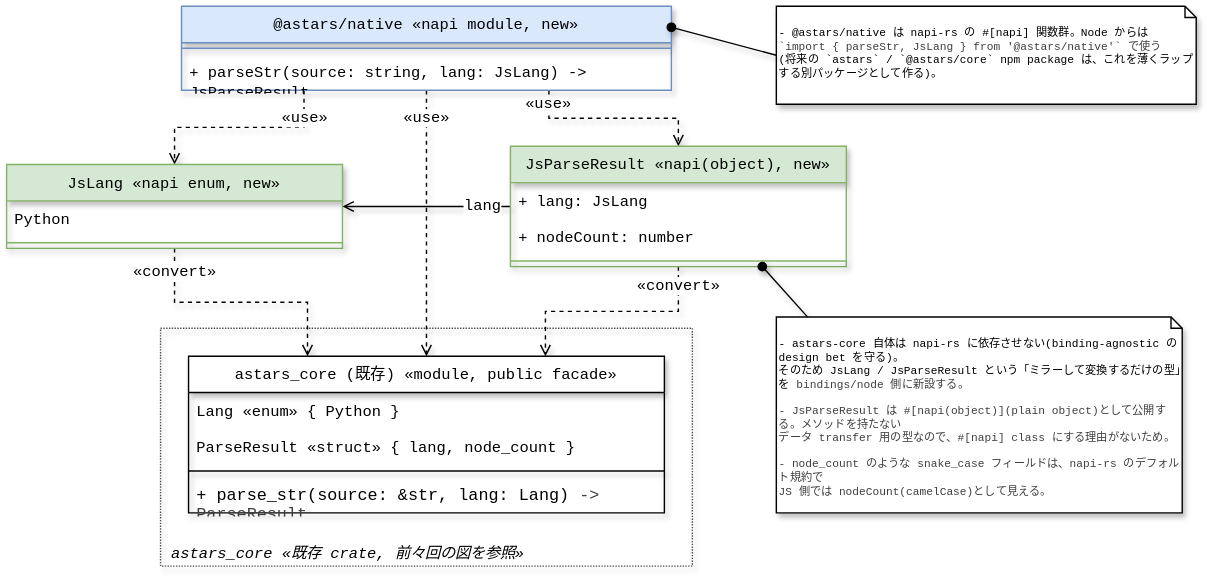
The draw.io diagram docs/architecture/node-binding-spike.drawio.svg in xwasoux/astars, before a commit. Source tidied: cells renumbered, new cells last; positions are measured from the earlier drawing's top-left corner, leaving out a move shared by most shapes.
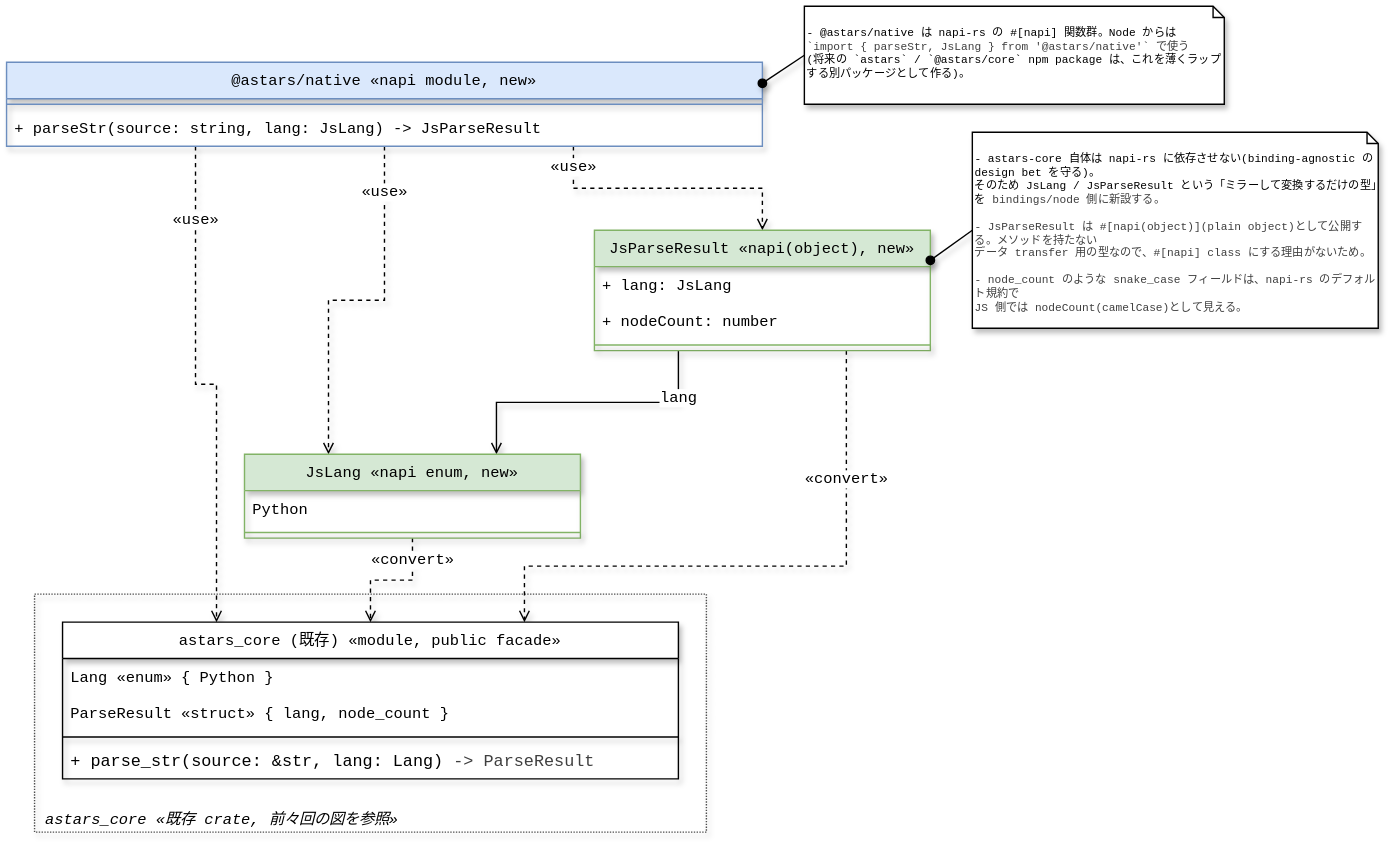
After the commit.

Commit message:
feat: SyntaxTreeをPython/Node bindingに公開し、exampleと編集primitiveの設計を追加

What changed in the source:
```diff
@@ -3,43 +3,48 @@
     <mxCell id="0" />
     <mxCell id="1" parent="0" />
     <mxCell id="2" value="astars_core «既存 crate, 前々回の図を参照»" style="rounded=0;dashed=1;fillColor=none;strokeColor=#4D4D4D;verticalAlign=bottom;fontStyle=2;align=left;spacingLeft=6;fontSize=11;textShadow=0;fontFamily=monospace;dashPattern=1 1;shadow=1;" parent="1" vertex="1">
-      <mxGeometry x="110" y="230" width="380" height="170" as="geometry" />
+      <mxGeometry x="110" y="230" width="480" height="170" as="geometry" />
     </mxCell>
-    <mxCell id="3" value="«use»" style="edgeStyle=orthogonalEdgeStyle;rounded=0;html=1;endArrow=open;endFill=0;dashed=1;textShadow=0;fontFamily=monospace;entryX=0.5;entryY=0;entryDx=0;entryDy=0;exitX=0.25;exitY=1;exitDx=0;exitDy=0;shadow=1;" parent="1" edge="1" source="21" target="14">
-      <mxGeometry x="-0.73" relative="1" as="geometry" />
+    <mxCell id="3" value="«use»" style="edgeStyle=orthogonalEdgeStyle;rounded=0;html=1;endArrow=open;endFill=0;dashed=1;textShadow=0;fontFamily=monospace;entryX=0.25;entryY=0;entryDx=0;entryDy=0;exitX=0.5;exitY=1;exitDx=0;exitDy=0;shadow=1;" parent="1" edge="1" source="21" target="14">
+      <mxGeometry x="-0.75" relative="1" as="geometry" />
     </mxCell>
     <mxCell id="4" value="«use»" style="edgeStyle=orthogonalEdgeStyle;rounded=0;html=1;endArrow=open;endFill=0;dashed=1;textShadow=0;fontFamily=monospace;entryX=0.5;entryY=0;entryDx=0;entryDy=0;exitX=0.75;exitY=1;exitDx=0;exitDy=0;shadow=1;" parent="1" edge="1" source="21" target="17">
       <mxGeometry x="-0.85" relative="1" as="geometry" />
     </mxCell>
-    <mxCell id="5" value="«use»" style="edgeStyle=orthogonalEdgeStyle;rounded=0;html=1;endArrow=open;endFill=0;dashed=1;textShadow=0;fontFamily=monospace;exitX=0.5;exitY=1;exitDx=0;exitDy=0;entryX=0.5;entryY=0;entryDx=0;entryDy=0;shadow=1;" parent="1" edge="1" source="21" target="9">
-      <mxGeometry x="-0.79" relative="1" as="geometry" />
+    <mxCell id="5" value="«use»" style="edgeStyle=orthogonalEdgeStyle;rounded=0;html=1;endArrow=open;endFill=0;dashed=1;textShadow=0;fontFamily=monospace;exitX=0.25;exitY=1;exitDx=0;exitDy=0;entryX=0.25;entryY=0;entryDx=0;entryDy=0;shadow=1;" parent="1" edge="1" source="21" target="9">
+      <mxGeometry x="-0.7" relative="1" as="geometry" />
     </mxCell>
-    <mxCell id="6" value="«convert»" style="edgeStyle=orthogonalEdgeStyle;rounded=0;html=1;endArrow=open;endFill=0;dashed=1;textShadow=0;fontFamily=monospace;entryX=0.25;entryY=0;entryDx=0;entryDy=0;exitX=0.5;exitY=1;exitDx=0;exitDy=0;shadow=1;" parent="1" edge="1" source="14" target="9">
-      <mxGeometry x="-0.8" relative="1" as="geometry" />
+    <mxCell id="6" value="«convert»" style="edgeStyle=orthogonalEdgeStyle;rounded=0;html=1;endArrow=open;endFill=0;dashed=1;textShadow=0;fontFamily=monospace;entryX=0.5;entryY=0;entryDx=0;entryDy=0;exitX=0.5;exitY=1;exitDx=0;exitDy=0;shadow=1;" parent="1" edge="1" source="14" target="9">
+      <mxGeometry x="-0.65" relative="1" as="geometry" />
     </mxCell>
-    <mxCell id="7" value="«convert»" style="edgeStyle=orthogonalEdgeStyle;rounded=0;html=1;endArrow=open;endFill=0;dashed=1;textShadow=0;fontFamily=monospace;entryX=0.75;entryY=0;entryDx=0;entryDy=0;exitX=0.5;exitY=1;exitDx=0;exitDy=0;shadow=1;" parent="1" edge="1" source="17" target="9">
-      <mxGeometry x="-0.82" relative="1" as="geometry" />
+    <mxCell id="7" value="«convert»" style="rounded=0;html=1;endArrow=open;endFill=0;dashed=1;textShadow=0;fontFamily=monospace;entryX=0.75;entryY=0;entryDx=0;entryDy=0;exitX=0.75;exitY=1;exitDx=0;exitDy=0;shadow=1;edgeStyle=orthogonalEdgeStyle;" parent="1" edge="1" source="17" target="9">
+      <mxGeometry x="-0.57" relative="1" as="geometry">
+        <Array as="points">
+          <mxPoint x="690" y="210" />
+          <mxPoint x="460" y="210" />
+        </Array>
+      </mxGeometry>
     </mxCell>
-    <mxCell id="8" value="lang" style="edgeStyle=orthogonalEdgeStyle;rounded=0;html=1;endArrow=open;endFill=0;textShadow=0;fontFamily=monospace;entryX=1;entryY=0.5;entryDx=0;entryDy=0;exitX=0;exitY=0.5;exitDx=0;exitDy=0;shadow=1;" parent="1" edge="1" source="17" target="14">
+    <mxCell id="8" value="lang" style="edgeStyle=orthogonalEdgeStyle;rounded=0;html=1;endArrow=open;endFill=0;textShadow=0;fontFamily=monospace;entryX=0.75;entryY=0;entryDx=0;entryDy=0;exitX=0.25;exitY=1;exitDx=0;exitDy=0;shadow=1;" parent="1" edge="1" source="17" target="14">
       <mxGeometry x="-0.67" relative="1" as="geometry" />
     </mxCell>
     <mxCell id="9" value="&lt;span style=&quot;color: rgb(0, 0, 0); font-size: 11px; font-weight: 400; text-align: left;&quot;&gt;astars_core (既存) «module, public facade»&lt;/span&gt;" style="swimlane;fontStyle=1;align=center;verticalAlign=top;horizontal=1;startSize=26;whiteSpace=wrap;html=1;fontFamily=monospace;textShadow=0;shadow=1;" parent="1" vertex="1">
-      <mxGeometry x="130" y="250" width="340" height="112" as="geometry" />
+      <mxGeometry x="130" y="250" width="440" height="112" as="geometry" />
     </mxCell>
     <mxCell id="10" value="&lt;span style=&quot;color: rgb(0, 0, 0); font-size: 11px;&quot;&gt;Lang «enum» { Python }&lt;/span&gt;" style="text;strokeColor=none;fillColor=none;align=left;verticalAlign=top;spacingLeft=4;spacingRight=4;overflow=hidden;whiteSpace=wrap;html=1;textShadow=0;fontFamily=monospace;shadow=1;" parent="9" vertex="1">
-      <mxGeometry y="26" width="340" height="26" as="geometry" />
+      <mxGeometry y="26" width="440" height="26" as="geometry" />
     </mxCell>
     <mxCell id="11" value="&lt;span style=&quot;color: rgb(0, 0, 0); font-size: 11px;&quot;&gt;ParseResult «struct» { lang, node_count }&lt;/span&gt;" style="text;strokeColor=none;fillColor=none;align=left;verticalAlign=top;spacingLeft=4;spacingRight=4;overflow=hidden;whiteSpace=wrap;html=1;textShadow=0;fontFamily=monospace;shadow=1;" parent="9" vertex="1">
-      <mxGeometry y="52" width="340" height="26" as="geometry" />
+      <mxGeometry y="52" width="440" height="26" as="geometry" />
     </mxCell>
     <mxCell id="12" style="line;strokeWidth=1;fillColor=none;align=left;verticalAlign=middle;spacingTop=-1;spacingLeft=3;spacingRight=3;labelPosition=right;strokeColor=inherit;textShadow=0;fontFamily=monospace;shadow=1;" parent="9" vertex="1">
-      <mxGeometry y="78" width="340" height="8" as="geometry" />
+      <mxGeometry y="78" width="440" height="8" as="geometry" />
     </mxCell>
     <mxCell id="13" value="+ parse_str(source: &amp;amp;str, lang: Lang)&amp;nbsp;&lt;span style=&quot;color: rgb(63, 63, 63); background-color: transparent;&quot;&gt;-&amp;gt; ParseResult&lt;/span&gt;" style="text;strokeColor=none;fillColor=none;align=left;verticalAlign=top;spacingLeft=4;spacingRight=4;overflow=hidden;whiteSpace=wrap;html=1;textShadow=0;fontFamily=monospace;shadow=1;" parent="9" vertex="1">
-      <mxGeometry y="86" width="340" height="26" as="geometry" />
+      <mxGeometry y="86" width="440" height="26" as="geometry" />
     </mxCell>
     <mxCell id="14" value="&lt;span style=&quot;color: rgb(0, 0, 0); font-size: 11px; font-weight: 400; text-align: left;&quot;&gt;JsLang «napi enum, new»&lt;/span&gt;" style="swimlane;fontStyle=1;align=center;verticalAlign=top;horizontal=1;startSize=26;whiteSpace=wrap;html=1;fontFamily=monospace;textShadow=0;fillColor=#d5e8d4;strokeColor=#82b366;labelBackgroundColor=none;shadow=1;" parent="1" vertex="1">
-      <mxGeometry y="113" width="240" height="60" as="geometry" />
+      <mxGeometry x="260" y="130" width="240" height="60" as="geometry" />
     </mxCell>
     <mxCell id="15" value="&lt;span style=&quot;color: rgb(0, 0, 0); font-size: 11px;&quot;&gt;Python&lt;/span&gt;" style="text;strokeColor=none;fillColor=none;align=left;verticalAlign=top;spacingLeft=4;spacingRight=4;overflow=hidden;whiteSpace=wrap;html=1;fontFamily=monospace;textShadow=0;labelBackgroundColor=none;shadow=1;" parent="14" vertex="1">
       <mxGeometry y="26" width="240" height="26" as="geometry" />
@@ -48,7 +53,7 @@
       <mxGeometry y="52" width="240" height="8" as="geometry" />
     </mxCell>
     <mxCell id="17" value="&lt;span style=&quot;color: rgb(0, 0, 0); font-size: 11px; font-weight: 400; text-align: left;&quot;&gt;JsParseResult «napi(object), new»&lt;/span&gt;" style="swimlane;fontStyle=1;align=center;verticalAlign=top;horizontal=1;startSize=26;whiteSpace=wrap;html=1;fontFamily=monospace;textShadow=0;fillColor=#d5e8d4;strokeColor=#82b366;labelBackgroundColor=none;shadow=1;" parent="1" vertex="1">
-      <mxGeometry x="360" y="100" width="240" height="86" as="geometry" />
+      <mxGeometry x="510" y="-30" width="240" height="86" as="geometry" />
     </mxCell>
     <mxCell id="18" value="&lt;span style=&quot;color: rgb(0, 0, 0); font-size: 11px;&quot;&gt;+ lang: JsLang&lt;/span&gt;" style="text;strokeColor=none;fillColor=none;align=left;verticalAlign=top;spacingLeft=4;spacingRight=4;overflow=hidden;whiteSpace=wrap;html=1;fontFamily=monospace;textShadow=0;labelBackgroundColor=none;shadow=1;" parent="17" vertex="1">
       <mxGeometry y="26" width="240" height="26" as="geometry" />
@@ -60,22 +65,22 @@
       <mxGeometry y="78" width="240" height="8" as="geometry" />
     </mxCell>
     <mxCell id="21" value="&lt;span style=&quot;color: rgb(0, 0, 0); font-size: 11px; font-weight: 400; text-align: left;&quot;&gt;@astars/native «napi module, new»&lt;/span&gt;" style="swimlane;fontStyle=1;align=center;verticalAlign=top;horizontal=1;startSize=26;whiteSpace=wrap;html=1;fontFamily=monospace;textShadow=0;fillColor=#dae8fc;strokeColor=#6c8ebf;labelBackgroundColor=none;shadow=1;" parent="1" vertex="1">
-      <mxGeometry x="125" width="350" height="60" as="geometry" />
+      <mxGeometry x="90" y="-150" width="540" height="60" as="geometry" />
     </mxCell>
     <mxCell id="22" style="line;strokeWidth=1;fillColor=none;align=left;verticalAlign=middle;spacingTop=-1;spacingLeft=3;spacingRight=3;labelPosition=right;strokeColor=inherit;textShadow=0;labelBackgroundColor=none;fontFamily=monospace;shadow=1;" parent="21" vertex="1">
-      <mxGeometry y="26" width="350" height="8" as="geometry" />
+      <mxGeometry y="26" width="540" height="8" as="geometry" />
     </mxCell>
     <mxCell id="23" value="&lt;span style=&quot;color: rgb(0, 0, 0); font-size: 11px;&quot;&gt;+ parseStr(source: string, lang: JsLang)&amp;nbsp;&lt;/span&gt;&lt;span style=&quot;color: rgb(0, 0, 0); font-size: 11px;&quot;&gt;-&amp;gt; JsParseResult&lt;/span&gt;" style="text;strokeColor=none;fillColor=none;align=left;verticalAlign=top;spacingLeft=4;spacingRight=4;overflow=hidden;whiteSpace=wrap;html=1;fontFamily=monospace;textShadow=0;labelBackgroundColor=none;shadow=1;" parent="21" vertex="1">
-      <mxGeometry y="34" width="350" height="26" as="geometry" />
+      <mxGeometry y="34" width="540" height="26" as="geometry" />
     </mxCell>
-    <mxCell id="24" style="edgeStyle=none;html=1;exitX=0.08;exitY=0.007;exitDx=0;exitDy=0;exitPerimeter=0;endArrow=oval;endFill=1;fontFamily=monospace;textShadow=0;shadow=1;entryX=0.75;entryY=1;entryDx=0;entryDy=0;" parent="1" edge="1" source="25" target="17">
+    <mxCell id="24" style="edgeStyle=none;html=1;endArrow=oval;endFill=1;fontFamily=monospace;textShadow=0;shadow=1;entryX=1;entryY=0.25;entryDx=0;entryDy=0;exitX=0;exitY=0.5;exitDx=0;exitDy=0;exitPerimeter=0;" parent="1" edge="1" source="25" target="17">
       <mxGeometry relative="1" as="geometry" />
     </mxCell>
     <mxCell id="25" value="- astars-core 自体は napi-rs に依存させない(binding-agnostic の design bet を守る)。&lt;div&gt;&lt;div&gt;そのため JsLang / JsParseResult という「ミラーして変換するだけの型」を&lt;span style=&quot;color: rgb(63, 63, 63); background-color: transparent;&quot;&gt;bindings/node 側に新設する。&lt;/span&gt;&lt;/div&gt;&lt;/div&gt;&lt;div&gt;&lt;span style=&quot;color: rgb(63, 63, 63); background-color: transparent;&quot;&gt;&lt;br&gt;&lt;/span&gt;&lt;/div&gt;&lt;div&gt;&lt;span style=&quot;color: rgb(63, 63, 63); background-color: transparent;&quot;&gt;- JsParseResult は #[napi(object)](plain object)として公開する。メソッドを持たない&lt;/span&gt;&lt;/div&gt;&lt;div&gt;&lt;span style=&quot;color: rgb(63, 63, 63); background-color: transparent;&quot;&gt;データ transfer 用の型なので、#[napi] class にする理由がないため。&lt;/span&gt;&lt;/div&gt;&lt;div&gt;&lt;span style=&quot;color: rgb(63, 63, 63); background-color: transparent;&quot;&gt;&lt;br&gt;&lt;/span&gt;&lt;/div&gt;&lt;div&gt;&lt;span style=&quot;color: rgb(63, 63, 63); background-color: transparent;&quot;&gt;- node_count のような snake_case フィールドは、napi-rs のデフォルト規約で&lt;/span&gt;&lt;/div&gt;&lt;div&gt;&lt;span style=&quot;color: rgb(63, 63, 63); background-color: transparent;&quot;&gt;JS 側では nodeCount(camelCase)として見える。&lt;/span&gt;&lt;/div&gt;" style="shape=note2;boundedLbl=1;whiteSpace=wrap;html=1;size=8;verticalAlign=top;align=left;fontSize=8;fontFamily=monospace;textShadow=0;shadow=1;" parent="1" vertex="1">
-      <mxGeometry x="550" y="222" width="290" height="140" as="geometry" />
+      <mxGeometry x="780" y="-100" width="290" height="140" as="geometry" />
     </mxCell>
     <mxCell id="26" value="- @astars/native は napi-rs の #[napi] 関数群。Node からは&amp;nbsp;&lt;span style=&quot;color: rgb(63, 63, 63); background-color: transparent;&quot;&gt;`import { parseStr, JsLang } from '@astars/native'` で使う&lt;/span&gt;&lt;div&gt;(将来の `astars` / `@astars/core` npm package は、これを薄くラップする別パッケージとして作る)。&lt;/div&gt;" style="shape=note2;boundedLbl=1;whiteSpace=wrap;html=1;size=8;verticalAlign=top;align=left;fontSize=8;fontFamily=monospace;textShadow=0;shadow=1;" parent="1" vertex="1">
-      <mxGeometry x="550" width="300" height="70" as="geometry" />
+      <mxGeometry x="660" y="-190" width="300" height="70" as="geometry" />
     </mxCell>
     <mxCell id="27" style="edgeStyle=none;html=1;exitX=0;exitY=0.5;exitDx=0;exitDy=0;exitPerimeter=0;endArrow=oval;endFill=1;fontFamily=monospace;textShadow=0;shadow=1;entryX=1;entryY=0.25;entryDx=0;entryDy=0;" parent="1" edge="1" source="26" target="21">
       <mxGeometry relative="1" as="geometry" />
```
